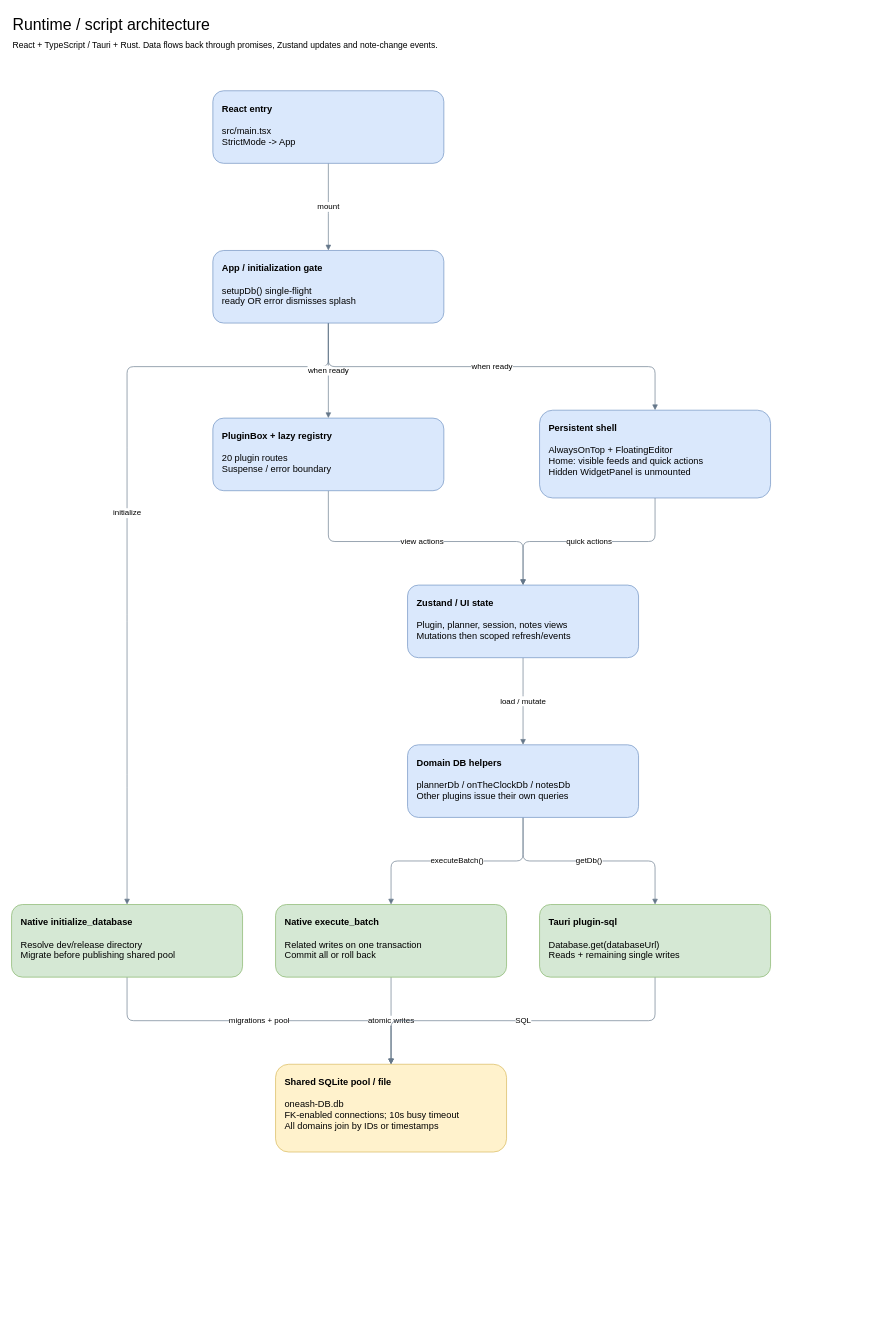
Earlier version of the draw.io diagram page "Runtime / script architecture" (1 of 13) of docs/architecture/mycelium-architecture.drawio (xorca0711/Mycelium_OS_Opt). Source tidied: cells renumbered, new cells numbered last; positions are measured from the earlier drawing's top-left corner, leaving out a move shared by most shapes. Both pictures are drawn from the tidied source at 66%, with x=0, y=0 at pixel (11, 11).
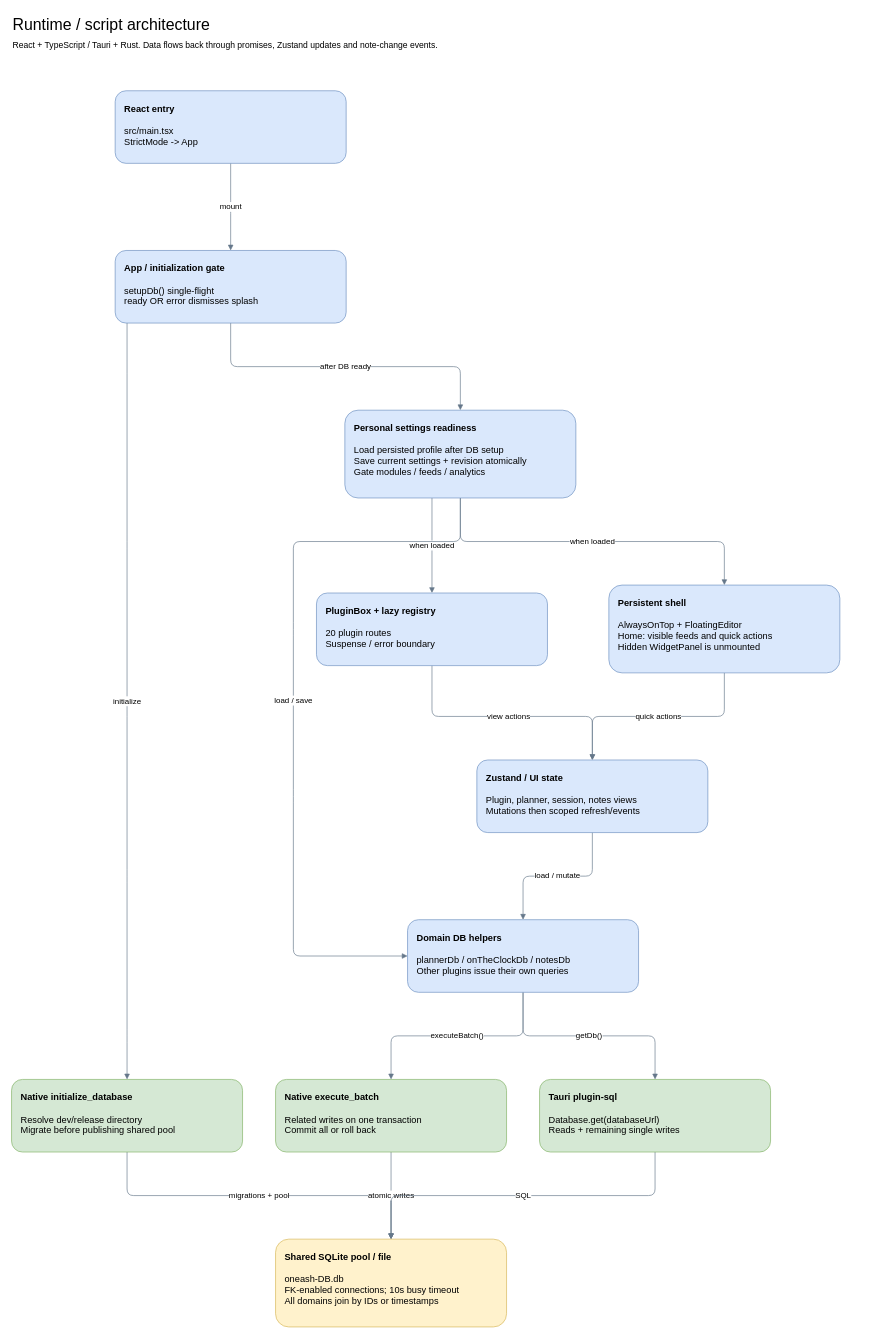
Above is the later version.

Change to the diagram source:
```diff
@@
     <mxCell id="2" value="Runtime / script architecture" style="text;html=1;whiteSpace=wrap;fontSize=24;align=left;" parent="1" vertex="1">
-      <mxGeometry width="1190" height="32" as="geometry" />
+      <mxGeometry width="1295" height="32" as="geometry" />
     </mxCell>
     <mxCell id="3" value="React + TypeScript / Tauri + Rust. Data flows back through promises, Zustand updates and note-change events." style="text;html=1;whiteSpace=wrap;fontSize=13;align=left;" parent="1" vertex="1">
-      <mxGeometry y="37" width="1190" height="32" as="geometry" />
+      <mxGeometry y="37" width="1295" height="32" as="geometry" />
     </mxCell>
     <mxCell id="4" value="mount" style="edgeStyle=orthogonalEdgeStyle;html=1;fontSize=12;labelBackgroundColor=#ffffff;endArrow=block;strokeColor=#65778a;" parent="1" edge="1" source="16" target="17">
       <mxGeometry relative="1" as="geometry">
         <Array as="points">
-          <mxPoint x="480" y="296" />
+          <mxPoint x="332" y="296" />
         </Array>
       </mxGeometry>
     </mxCell>
     <mxCell id="5" value="initialize" style="edgeStyle=orthogonalEdgeStyle;html=1;fontSize=12;labelBackgroundColor=#ffffff;endArrow=block;strokeColor=#65778a;" parent="1" edge="1" source="17" target="22">
       <mxGeometry relative="1" as="geometry">
         <Array as="points">
           <mxPoint x="175" y="538" />
           <mxPoint x="175" y="671" />
           <mxPoint x="175" y="803" />
-          <mxPoint x="175" y="924" />
-          <mxPoint x="175" y="1045" />
-          <mxPoint x="175" y="1166" />
-          <mxPoint x="175" y="1287" />
+          <mxPoint x="175" y="936" />
+          <mxPoint x="175" y="1068" />
+          <mxPoint x="175" y="1189" />
+          <mxPoint x="175" y="1310" />
+          <mxPoint x="175" y="1431" />
+          <mxPoint x="175" y="1552" />
         </Array>
       </mxGeometry>
     </mxCell>
-    <mxCell id="6" value="when ready" style="edgeStyle=orthogonalEdgeStyle;html=1;fontSize=12;labelBackgroundColor=#ffffff;endArrow=block;strokeColor=#65778a;" parent="1" edge="1" source="17" target="18">
+    <mxCell id="6" value="after DB ready" style="edgeStyle=orthogonalEdgeStyle;html=1;fontSize=12;labelBackgroundColor=#ffffff;endArrow=block;strokeColor=#65778a;" parent="1" edge="1" source="17" target="28">
       <mxGeometry relative="1" as="geometry">
         <Array as="points">
-          <mxPoint x="480" y="538" />
+          <mxPoint x="680" y="538" />
         </Array>
       </mxGeometry>
     </mxCell>
-    <mxCell id="7" value="when ready" style="edgeStyle=orthogonalEdgeStyle;html=1;fontSize=12;labelBackgroundColor=#ffffff;endArrow=block;strokeColor=#65778a;" parent="1" edge="1" source="17" target="19">
+    <mxCell id="7" value="when loaded" style="edgeStyle=orthogonalEdgeStyle;html=1;fontSize=12;labelBackgroundColor=#ffffff;endArrow=block;strokeColor=#65778a;" parent="1" edge="1" source="28" target="18">
       <mxGeometry relative="1" as="geometry">
         <Array as="points">
-          <mxPoint x="975" y="538" />
+          <mxPoint x="637" y="803" />
         </Array>
       </mxGeometry>
     </mxCell>
-    <mxCell id="8" value="view actions" style="edgeStyle=orthogonalEdgeStyle;html=1;fontSize=12;labelBackgroundColor=#ffffff;endArrow=block;strokeColor=#65778a;" parent="1" edge="1" source="18" target="20">
+    <mxCell id="8" value="when loaded" style="edgeStyle=orthogonalEdgeStyle;html=1;fontSize=12;labelBackgroundColor=#ffffff;endArrow=block;strokeColor=#65778a;" parent="1" edge="1" source="28" target="19">
       <mxGeometry relative="1" as="geometry">
         <Array as="points">
-          <mxPoint x="480" y="803" />
+          <mxPoint x="1080" y="803" />
         </Array>
       </mxGeometry>
     </mxCell>
-    <mxCell id="9" value="quick actions" style="edgeStyle=orthogonalEdgeStyle;html=1;fontSize=12;labelBackgroundColor=#ffffff;endArrow=block;strokeColor=#65778a;" parent="1" edge="1" source="19" target="20">
+    <mxCell id="9" value="load / save" style="edgeStyle=orthogonalEdgeStyle;html=1;fontSize=12;labelBackgroundColor=#ffffff;endArrow=block;strokeColor=#65778a;" parent="1" edge="1" source="28" target="21">
       <mxGeometry relative="1" as="geometry">
         <Array as="points">
-          <mxPoint x="975" y="803" />
+          <mxPoint x="427" y="803" />
+          <mxPoint x="427" y="936" />
+          <mxPoint x="427" y="1068" />
+          <mxPoint x="427" y="1189" />
+          <mxPoint x="427" y="1310" />
         </Array>
       </mxGeometry>
     </mxCell>
-    <mxCell id="10" value="load / mutate" style="edgeStyle=orthogonalEdgeStyle;html=1;fontSize=12;labelBackgroundColor=#ffffff;endArrow=block;strokeColor=#65778a;" parent="1" edge="1" source="20" target="21">
+    <mxCell id="10" value="view actions" style="edgeStyle=orthogonalEdgeStyle;html=1;fontSize=12;labelBackgroundColor=#ffffff;endArrow=block;strokeColor=#65778a;" parent="1" edge="1" source="18" target="20">
       <mxGeometry relative="1" as="geometry">
         <Array as="points">
-          <mxPoint x="775" y="1045" />
+          <mxPoint x="637" y="1068" />
         </Array>
       </mxGeometry>
     </mxCell>
-    <mxCell id="11" value="executeBatch()" style="edgeStyle=orthogonalEdgeStyle;html=1;fontSize=12;labelBackgroundColor=#ffffff;endArrow=block;strokeColor=#65778a;" parent="1" edge="1" source="21" target="23">
+    <mxCell id="11" value="quick actions" style="edgeStyle=orthogonalEdgeStyle;html=1;fontSize=12;labelBackgroundColor=#ffffff;endArrow=block;strokeColor=#65778a;" parent="1" edge="1" source="19" target="20">
       <mxGeometry relative="1" as="geometry">
         <Array as="points">
-          <mxPoint x="575" y="1287" />
+          <mxPoint x="1080" y="1068" />
         </Array>
       </mxGeometry>
     </mxCell>
-    <mxCell id="12" value="getDb()" style="edgeStyle=orthogonalEdgeStyle;html=1;fontSize=12;labelBackgroundColor=#ffffff;endArrow=block;strokeColor=#65778a;" parent="1" edge="1" source="21" target="24">
+    <mxCell id="12" value="load / mutate" style="edgeStyle=orthogonalEdgeStyle;html=1;fontSize=12;labelBackgroundColor=#ffffff;endArrow=block;strokeColor=#65778a;" parent="1" edge="1" source="20" target="21">
       <mxGeometry relative="1" as="geometry">
         <Array as="points">
-          <mxPoint x="975" y="1287" />
+          <mxPoint x="880" y="1310" />
         </Array>
       </mxGeometry>
     </mxCell>
-    <mxCell id="13" value="migrations + pool" style="edgeStyle=orthogonalEdgeStyle;html=1;fontSize=12;labelBackgroundColor=#ffffff;endArrow=block;strokeColor=#65778a;" parent="1" edge="1" source="22" target="25">
+    <mxCell id="13" value="executeBatch()" style="edgeStyle=orthogonalEdgeStyle;html=1;fontSize=12;labelBackgroundColor=#ffffff;endArrow=block;strokeColor=#65778a;" parent="1" edge="1" source="21" target="23">
       <mxGeometry relative="1" as="geometry">
         <Array as="points">
-          <mxPoint x="175" y="1529" />
+          <mxPoint x="575" y="1552" />
         </Array>
       </mxGeometry>
     </mxCell>
-    <mxCell id="14" value="atomic writes" style="edgeStyle=orthogonalEdgeStyle;html=1;fontSize=12;labelBackgroundColor=#ffffff;endArrow=block;strokeColor=#65778a;" parent="1" edge="1" source="23" target="25">
+    <mxCell id="14" value="getDb()" style="edgeStyle=orthogonalEdgeStyle;html=1;fontSize=12;labelBackgroundColor=#ffffff;endArrow=block;strokeColor=#65778a;" parent="1" edge="1" source="21" target="24">
       <mxGeometry relative="1" as="geometry">
         <Array as="points">
-          <mxPoint x="575" y="1529" />
+          <mxPoint x="975" y="1552" />
         </Array>
       </mxGeometry>
     </mxCell>
-    <mxCell id="15" value="SQL" style="edgeStyle=orthogonalEdgeStyle;html=1;fontSize=12;labelBackgroundColor=#ffffff;endArrow=block;strokeColor=#65778a;" parent="1" edge="1" source="24" target="25">
+    <mxCell id="15" value="migrations + pool" style="edgeStyle=orthogonalEdgeStyle;html=1;fontSize=12;labelBackgroundColor=#ffffff;endArrow=block;strokeColor=#65778a;" parent="1" edge="1" source="22" target="25">
       <mxGeometry relative="1" as="geometry">
         <Array as="points">
-          <mxPoint x="975" y="1529" />
+          <mxPoint x="175" y="1794" />
         </Array>
       </mxGeometry>
     </mxCell>
+    <mxCell id="26" value="atomic writes" style="edgeStyle=orthogonalEdgeStyle;html=1;fontSize=12;labelBackgroundColor=#ffffff;endArrow=block;strokeColor=#65778a;" parent="1" edge="1" source="23" target="25">
+      <mxGeometry relative="1" as="geometry">
+        <Array as="points">
+          <mxPoint x="575" y="1794" />
+        </Array>
+      </mxGeometry>
+    </mxCell>
+    <mxCell id="27" value="SQL" style="edgeStyle=orthogonalEdgeStyle;html=1;fontSize=12;labelBackgroundColor=#ffffff;endArrow=block;strokeColor=#65778a;" parent="1" edge="1" source="24" target="25">
+      <mxGeometry relative="1" as="geometry">
+        <Array as="points">
+          <mxPoint x="975" y="1794" />
+        </Array>
+      </mxGeometry>
+    </mxCell>
     <mxCell id="16" value="&lt;b&gt;React entry&lt;/b&gt;&lt;br&gt;&lt;br&gt;src/main.tsx&lt;br&gt;StrictMode -&amp;gt; App" style="rounded=1;whiteSpace=wrap;html=1;align=left;verticalAlign=top;spacing=14;fontSize=14;fillColor=#dae8fc;strokeColor=#6c8ebf;" parent="1" vertex="1">
-      <mxGeometry x="305" y="120" width="350" height="110" as="geometry" />
+      <mxGeometry x="157" y="120" width="350" height="110" as="geometry" />
     </mxCell>
     <mxCell id="17" value="&lt;b&gt;App / initialization gate&lt;/b&gt;&lt;br&gt;&lt;br&gt;setupDb() single-flight&lt;br&gt;ready OR error dismisses splash" style="rounded=1;whiteSpace=wrap;html=1;align=left;verticalAlign=top;spacing=14;fontSize=14;fillColor=#dae8fc;strokeColor=#6c8ebf;" parent="1" vertex="1">
-      <mxGeometry x="305" y="362" width="350" height="110" as="geometry" />
+      <mxGeometry x="157" y="362" width="350" height="110" as="geometry" />
     </mxCell>
+    <mxCell id="28" value="&lt;b&gt;Personal settings readiness&lt;/b&gt;&lt;br&gt;&lt;br&gt;Load persisted profile after DB setup&lt;br&gt;Save current settings + revision atomically&lt;br&gt;Gate modules / feeds / analytics" style="rounded=1;whiteSpace=wrap;html=1;align=left;verticalAlign=top;spacing=14;fontSize=14;fillColor=#dae8fc;strokeColor=#6c8ebf;" parent="1" vertex="1">
+      <mxGeometry x="505" y="604" width="350" height="133" as="geometry" />
+    </mxCell>
     <mxCell id="18" value="&lt;b&gt;PluginBox + lazy registry&lt;/b&gt;&lt;br&gt;&lt;br&gt;20 plugin routes&lt;br&gt;Suspense / error boundary" style="rounded=1;whiteSpace=wrap;html=1;align=left;verticalAlign=top;spacing=14;fontSize=14;fillColor=#dae8fc;strokeColor=#6c8ebf;" parent="1" vertex="1">
-      <mxGeometry x="305" y="616" width="350" height="110" as="geometry" />
+      <mxGeometry x="462" y="881" width="350" height="110" as="geometry" />
     </mxCell>
     <mxCell id="19" value="&lt;b&gt;Persistent shell&lt;/b&gt;&lt;br&gt;&lt;br&gt;AlwaysOnTop + FloatingEditor&lt;br&gt;Home: visible feeds and quick actions&lt;br&gt;Hidden WidgetPanel is unmounted" style="rounded=1;whiteSpace=wrap;html=1;align=left;verticalAlign=top;spacing=14;fontSize=14;fillColor=#dae8fc;strokeColor=#6c8ebf;" parent="1" vertex="1">
-      <mxGeometry x="800" y="604" width="350" height="133" as="geometry" />
+      <mxGeometry x="905" y="869" width="350" height="133" as="geometry" />
     </mxCell>
     <mxCell id="20" value="&lt;b&gt;Zustand / UI state&lt;/b&gt;&lt;br&gt;&lt;br&gt;Plugin, planner, session, notes views&lt;br&gt;Mutations then scoped refresh/events" style="rounded=1;whiteSpace=wrap;html=1;align=left;verticalAlign=top;spacing=14;fontSize=14;fillColor=#dae8fc;strokeColor=#6c8ebf;" parent="1" vertex="1">
-      <mxGeometry x="600" y="869" width="350" height="110" as="geometry" />
+      <mxGeometry x="705" y="1134" width="350" height="110" as="geometry" />
     </mxCell>
     <mxCell id="21" value="&lt;b&gt;Domain DB helpers&lt;/b&gt;&lt;br&gt;&lt;br&gt;plannerDb / onTheClockDb / notesDb&lt;br&gt;Other plugins issue their own queries" style="rounded=1;whiteSpace=wrap;html=1;align=left;verticalAlign=top;spacing=14;fontSize=14;fillColor=#dae8fc;strokeColor=#6c8ebf;" parent="1" vertex="1">
-      <mxGeometry x="600" y="1111" width="350" height="110" as="geometry" />
+      <mxGeometry x="600" y="1376" width="350" height="110" as="geometry" />
     </mxCell>
     <mxCell id="22" value="&lt;b&gt;Native initialize_database&lt;/b&gt;&lt;br&gt;&lt;br&gt;Resolve dev/release directory&lt;br&gt;Migrate before publishing shared pool" style="rounded=1;whiteSpace=wrap;html=1;align=left;verticalAlign=top;spacing=14;fontSize=14;fillColor=#d5e8d4;strokeColor=#82b366;" parent="1" vertex="1">
-      <mxGeometry y="1353" width="350" height="110" as="geometry" />
+      <mxGeometry y="1618" width="350" height="110" as="geometry" />
     </mxCell>
     <mxCell id="23" value="&lt;b&gt;Native execute_batch&lt;/b&gt;&lt;br&gt;&lt;br&gt;Related writes on one transaction&lt;br&gt;Commit all or roll back" style="rounded=1;whiteSpace=wrap;html=1;align=left;verticalAlign=top;spacing=14;fontSize=14;fillColor=#d5e8d4;strokeColor=#82b366;" parent="1" vertex="1">
-      <mxGeometry x="400" y="1353" width="350" height="110" as="geometry" />
+      <mxGeometry x="400" y="1618" width="350" height="110" as="geometry" />
     </mxCell>
     <mxCell id="24" value="&lt;b&gt;Tauri plugin-sql&lt;/b&gt;&lt;br&gt;&lt;br&gt;Database.get(databaseUrl)&lt;br&gt;Reads + remaining single writes" style="rounded=1;whiteSpace=wrap;html=1;align=left;verticalAlign=top;spacing=14;fontSize=14;fillColor=#d5e8d4;strokeColor=#82b366;" parent="1" vertex="1">
-      <mxGeometry x="800" y="1353" width="350" height="110" as="geometry" />
+      <mxGeometry x="800" y="1618" width="350" height="110" as="geometry" />
     </mxCell>
     <mxCell id="25" value="&lt;b&gt;Shared SQLite pool / file&lt;/b&gt;&lt;br&gt;&lt;br&gt;oneash-DB.db&lt;br&gt;FK-enabled connections; 10s busy timeout&lt;br&gt;All domains join by IDs or timestamps" style="rounded=1;whiteSpace=wrap;html=1;align=left;verticalAlign=top;spacing=14;fontSize=14;fillColor=#fff2cc;strokeColor=#d6b656;" parent="1" vertex="1">
-      <mxGeometry x="400" y="1595" width="350" height="133" as="geometry" />
+      <mxGeometry x="400" y="1860" width="350" height="133" as="geometry" />
     </mxCell>
```
